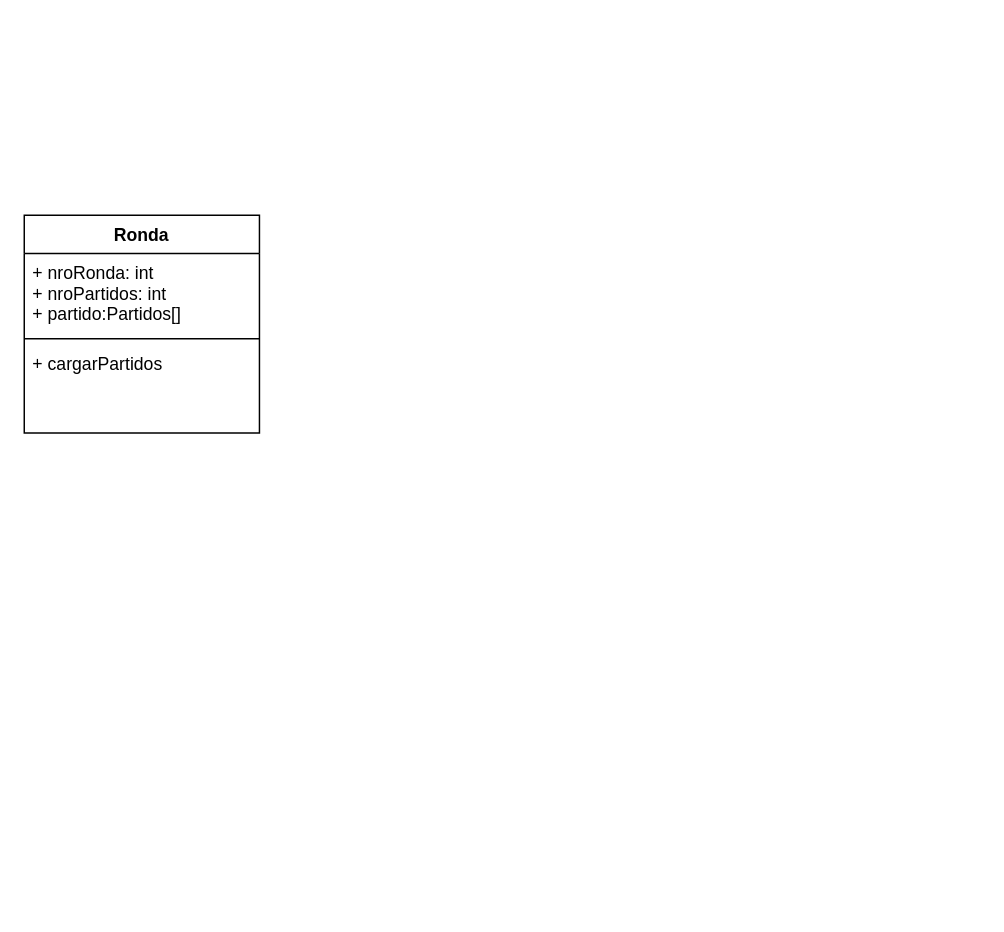
The draw.io diagram especificaciones/Diagrama adaptado.drawio in DogtorColmillo/Trabajo-Integrador, before the edit. Source tidied: cells renumbered, new cells numbered last; positions are measured from the earlier drawing's top-left corner, leaving out a move shared by most shapes. Both pictures are drawn from the tidied source at 147%, with x=0, y=0 at pixel (24, 215).
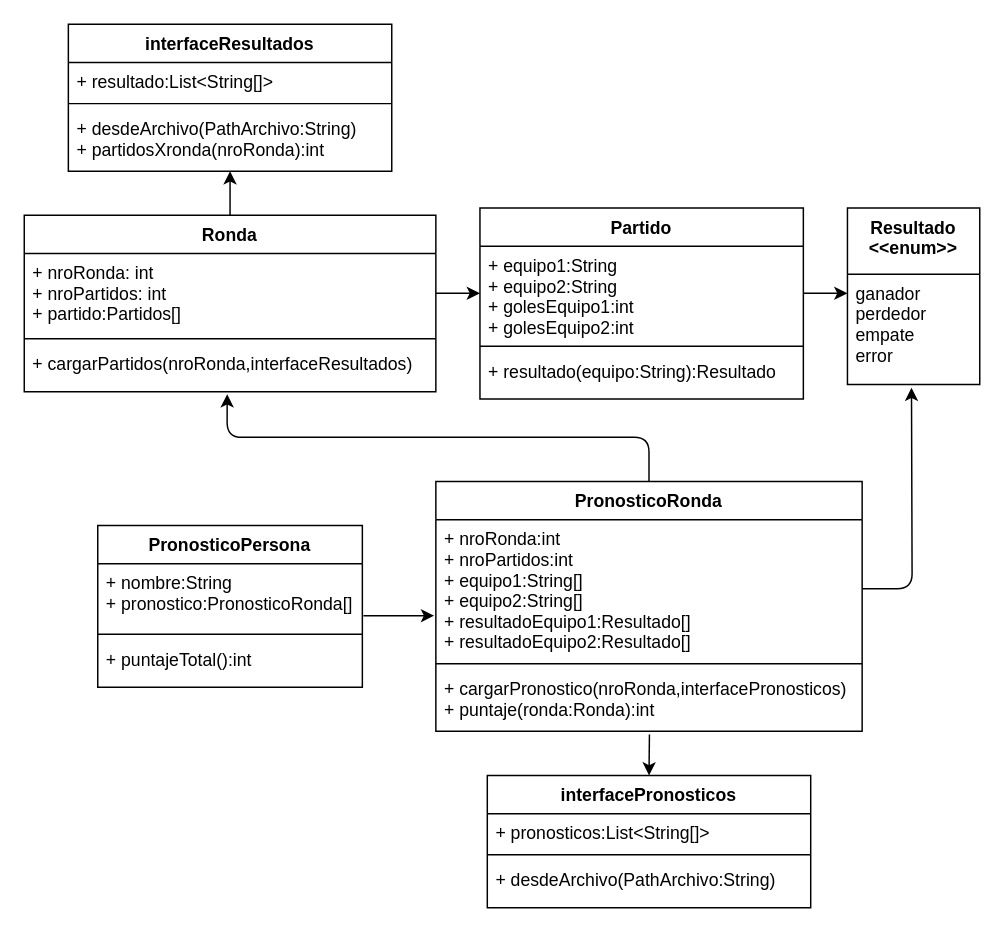
The same diagram, later.

Commit message (it also covers changes not shown here):
Reorganizacion diagrama de clases

Change to the diagram source:
```diff
@@
+    <mxCell id="6" style="edgeStyle=none;html=1;exitX=0.5;exitY=0;exitDx=0;exitDy=0;entryX=0.5;entryY=1;entryDx=0;entryDy=0;entryPerimeter=0;" parent="1" edge="1" source="2" target="10">
+      <mxGeometry relative="1" as="geometry" />
+    </mxCell>
     <mxCell id="2" value="Ronda" style="swimlane;fontStyle=1;align=center;verticalAlign=top;horizontal=1;startSize=26;" parent="1" vertex="1">
-      <mxGeometry width="160" height="148" as="geometry" />
+      <mxGeometry width="280" height="120" as="geometry" />
     </mxCell>
     <mxCell id="3" value="+ nroRonda: int&#10;+ nroPartidos: int&#10;+ partido:Partidos[]" style="text;strokeColor=none;fillColor=none;align=left;verticalAlign=top;spacingLeft=4;spacingRight=4;overflow=hidden;points=[[0,0.5],[1,0.5]];portConstraint=eastwest;" parent="2" vertex="1">
-      <mxGeometry y="26" width="160" height="54" as="geometry" />
+      <mxGeometry y="26" width="280" height="54" as="geometry" />
     </mxCell>
     <mxCell id="4" style="line;strokeWidth=1;fillColor=none;align=left;verticalAlign=middle;spacingTop=-1;spacingLeft=3;spacingRight=3;labelPosition=right;strokeColor=inherit;" parent="2" vertex="1">
-      <mxGeometry y="80" width="160" height="8" as="geometry" />
+      <mxGeometry y="80" width="280" height="8" as="geometry" />
     </mxCell>
-    <mxCell id="5" value="+ cargarPartidos" style="text;strokeColor=none;fillColor=none;align=left;verticalAlign=top;spacingLeft=4;spacingRight=4;overflow=hidden;points=[[0,0.5],[1,0.5]];portConstraint=eastwest;" parent="2" vertex="1">
-      <mxGeometry y="88" width="160" height="60" as="geometry" />
+    <mxCell id="5" value="+ cargarPartidos(nroRonda,interfaceResultados)" style="text;strokeColor=none;fillColor=none;align=left;verticalAlign=top;spacingLeft=4;spacingRight=4;overflow=hidden;points=[[0,0.5],[1,0.5]];portConstraint=eastwest;" parent="2" vertex="1">
+      <mxGeometry y="88" width="280" height="32" as="geometry" />
     </mxCell>
+    <mxCell id="7" value="interfaceResultados" style="swimlane;fontStyle=1;align=center;verticalAlign=top;horizontal=1;startSize=26;" parent="1" vertex="1">
+      <mxGeometry x="30" y="-130" width="220" height="100" as="geometry" />
+    </mxCell>
+    <mxCell id="8" value="+ resultado:List&lt;String[]&gt;" style="text;strokeColor=none;fillColor=none;align=left;verticalAlign=top;spacingLeft=4;spacingRight=4;overflow=hidden;" parent="7" vertex="1">
+      <mxGeometry y="26" width="220" height="24" as="geometry" />
+    </mxCell>
+    <mxCell id="9" style="line;strokeWidth=1;fillColor=none;align=left;verticalAlign=middle;spacingTop=-1;spacingLeft=3;spacingRight=3;labelPosition=right;strokeColor=inherit;" parent="7" vertex="1">
+      <mxGeometry y="50" width="220" height="8" as="geometry" />
+    </mxCell>
+    <mxCell id="10" value="+ desdeArchivo(PathArchivo:String)&#10;+ partidosXronda(nroRonda):int" style="text;strokeColor=none;fillColor=none;align=left;verticalAlign=top;spacingLeft=4;spacingRight=4;overflow=hidden;points=[[0,0.5],[1,0.5]];portConstraint=eastwest;" parent="7" vertex="1">
+      <mxGeometry y="58" width="220" height="42" as="geometry" />
+    </mxCell>
+    <mxCell id="11" value="Partido" style="swimlane;fontStyle=1;align=center;verticalAlign=top;horizontal=1;startSize=26;" parent="1" vertex="1">
+      <mxGeometry x="310" y="-5" width="220" height="130" as="geometry" />
+    </mxCell>
+    <mxCell id="12" value="+ equipo1:String&#10;+ equipo2:String&#10;+ golesEquipo1:int&#10;+ golesEquipo2:int" style="text;strokeColor=none;fillColor=none;align=left;verticalAlign=top;spacingLeft=4;spacingRight=4;overflow=hidden;points=[[0,0.5],[1,0.5]];portConstraint=eastwest;" parent="11" vertex="1">
+      <mxGeometry y="26" width="220" height="64" as="geometry" />
+    </mxCell>
+    <mxCell id="13" style="line;strokeWidth=1;fillColor=none;align=left;verticalAlign=middle;spacingTop=-1;spacingLeft=3;spacingRight=3;labelPosition=right;strokeColor=inherit;" parent="11" vertex="1">
+      <mxGeometry y="90" width="220" height="8" as="geometry" />
+    </mxCell>
+    <mxCell id="14" value="+ resultado(equipo:String):Resultado" style="text;strokeColor=none;fillColor=none;align=left;verticalAlign=top;spacingLeft=4;spacingRight=4;overflow=hidden;" parent="11" vertex="1">
+      <mxGeometry y="98" width="220" height="32" as="geometry" />
+    </mxCell>
+    <mxCell id="15" style="edgeStyle=none;html=1;exitX=1;exitY=0.5;exitDx=0;exitDy=0;entryX=0;entryY=0.5;entryDx=0;entryDy=0;" parent="1" edge="1" source="3" target="12">
+      <mxGeometry relative="1" as="geometry" />
+    </mxCell>
+    <mxCell id="16" value="Resultado&#10;&lt;&lt;enum&gt;&gt;" style="swimlane;fontStyle=1;align=center;verticalAlign=top;horizontal=1;startSize=45;" parent="1" vertex="1">
+      <mxGeometry x="560" y="-5" width="90" height="120" as="geometry" />
+    </mxCell>
+    <mxCell id="17" value="ganador&#10;perdedor&#10;empate&#10;error" style="text;strokeColor=none;fillColor=none;align=left;verticalAlign=top;spacingLeft=4;spacingRight=4;overflow=hidden;points=[[0,0.5],[1,0.5]];portConstraint=eastwest;" parent="16" vertex="1">
+      <mxGeometry y="45" width="90" height="75" as="geometry" />
+    </mxCell>
+    <mxCell id="18" style="edgeStyle=none;html=1;exitX=1;exitY=0.5;exitDx=0;exitDy=0;entryX=0;entryY=0.173;entryDx=0;entryDy=0;entryPerimeter=0;" parent="1" edge="1" source="12" target="17">
+      <mxGeometry relative="1" as="geometry" />
+    </mxCell>
+    <mxCell id="19" style="edgeStyle=none;html=1;exitX=0.501;exitY=1.05;exitDx=0;exitDy=0;exitPerimeter=0;entryX=0.5;entryY=0;entryDx=0;entryDy=0;" parent="1" edge="1" source="28" target="20">
+      <mxGeometry relative="1" as="geometry" />
+    </mxCell>
+    <mxCell id="20" value="interfacePronosticos" style="swimlane;fontStyle=1;align=center;verticalAlign=top;horizontal=1;startSize=26;" parent="1" vertex="1">
+      <mxGeometry x="315" y="381" width="220" height="90" as="geometry" />
+    </mxCell>
+    <mxCell id="21" value="+ pronosticos:List&lt;String[]&gt;" style="text;strokeColor=none;fillColor=none;align=left;verticalAlign=top;spacingLeft=4;spacingRight=4;overflow=hidden;" parent="20" vertex="1">
+      <mxGeometry y="26" width="220" height="24" as="geometry" />
+    </mxCell>
+    <mxCell id="22" style="line;strokeWidth=1;fillColor=none;align=left;verticalAlign=middle;spacingTop=-1;spacingLeft=3;spacingRight=3;labelPosition=right;strokeColor=inherit;" parent="20" vertex="1">
+      <mxGeometry y="50" width="220" height="8" as="geometry" />
+    </mxCell>
+    <mxCell id="23" value="+ desdeArchivo(PathArchivo:String)" style="text;strokeColor=none;fillColor=none;align=left;verticalAlign=top;spacingLeft=4;spacingRight=4;overflow=hidden;" parent="20" vertex="1">
+      <mxGeometry y="58" width="220" height="32" as="geometry" />
+    </mxCell>
+    <mxCell id="24" style="edgeStyle=none;html=1;exitX=0.5;exitY=0;exitDx=0;exitDy=0;entryX=0.493;entryY=1.051;entryDx=0;entryDy=0;entryPerimeter=0;" parent="1" edge="1" source="25" target="5">
+      <mxGeometry relative="1" as="geometry">
+        <Array as="points">
+          <mxPoint x="425" y="151" />
+          <mxPoint x="138" y="151" />
+        </Array>
+      </mxGeometry>
+    </mxCell>
+    <mxCell id="25" value="PronosticoRonda" style="swimlane;fontStyle=1;align=center;verticalAlign=top;horizontal=1;startSize=26;" parent="1" vertex="1">
+      <mxGeometry x="280" y="181" width="290" height="170" as="geometry" />
+    </mxCell>
+    <mxCell id="26" value="+ nroRonda:int&#10;+ nroPartidos:int&#10;+ equipo1:String[]&#10;+ equipo2:String[]&#10;+ resultadoEquipo1:Resultado[]&#10;+ resultadoEquipo2:Resultado[]" style="text;strokeColor=none;fillColor=none;align=left;verticalAlign=top;spacingLeft=4;spacingRight=4;overflow=hidden;points=[[0,0.5],[1,0.5]];portConstraint=eastwest;" parent="25" vertex="1">
+      <mxGeometry y="26" width="290" height="94" as="geometry" />
+    </mxCell>
+    <mxCell id="27" style="line;strokeWidth=1;fillColor=none;align=left;verticalAlign=middle;spacingTop=-1;spacingLeft=3;spacingRight=3;labelPosition=right;strokeColor=inherit;" parent="25" vertex="1">
+      <mxGeometry y="120" width="290" height="8" as="geometry" />
+    </mxCell>
+    <mxCell id="28" value="+ cargarPronostico(nroRonda,interfacePronosticos)&#10;+ puntaje(ronda:Ronda):int" style="text;strokeColor=none;fillColor=none;align=left;verticalAlign=top;spacingLeft=4;spacingRight=4;overflow=hidden;points=[[0,0.5],[1,0.5]];portConstraint=eastwest;" parent="25" vertex="1">
+      <mxGeometry y="128" width="290" height="42" as="geometry" />
+    </mxCell>
+    <mxCell id="29" value="PronosticoPersona" style="swimlane;fontStyle=1;align=center;verticalAlign=top;horizontal=1;startSize=26;" parent="1" vertex="1">
+      <mxGeometry x="50" y="211" width="180" height="110" as="geometry" />
+    </mxCell>
+    <mxCell id="30" value="+ nombre:String&#10;+ pronostico:PronosticoRonda[]" style="text;strokeColor=none;fillColor=none;align=left;verticalAlign=top;spacingLeft=4;spacingRight=4;overflow=hidden;points=[[0,0.5],[1,0.5]];portConstraint=eastwest;" parent="29" vertex="1">
+      <mxGeometry y="26" width="180" height="44" as="geometry" />
+    </mxCell>
+    <mxCell id="31" style="line;strokeWidth=1;fillColor=none;align=left;verticalAlign=middle;spacingTop=-1;spacingLeft=3;spacingRight=3;labelPosition=right;strokeColor=inherit;" parent="29" vertex="1">
+      <mxGeometry y="70" width="180" height="8" as="geometry" />
+    </mxCell>
+    <mxCell id="32" value="+ puntajeTotal():int" style="text;strokeColor=none;fillColor=none;align=left;verticalAlign=top;spacingLeft=4;spacingRight=4;overflow=hidden;" parent="29" vertex="1">
+      <mxGeometry y="78" width="180" height="32" as="geometry" />
+    </mxCell>
+    <mxCell id="33" style="edgeStyle=none;html=1;exitX=1;exitY=0.5;exitDx=0;exitDy=0;entryX=0.484;entryY=1.03;entryDx=0;entryDy=0;entryPerimeter=0;" parent="1" edge="1" source="26" target="17">
+      <mxGeometry relative="1" as="geometry">
+        <Array as="points">
+          <mxPoint x="604" y="254" />
+        </Array>
+      </mxGeometry>
+    </mxCell>
+    <mxCell id="34" style="edgeStyle=none;html=1;exitX=1.004;exitY=0.804;exitDx=0;exitDy=0;exitPerimeter=0;entryX=-0.004;entryY=0.695;entryDx=0;entryDy=0;entryPerimeter=0;" parent="1" edge="1" source="30" target="26">
+      <mxGeometry relative="1" as="geometry" />
+    </mxCell>
```
